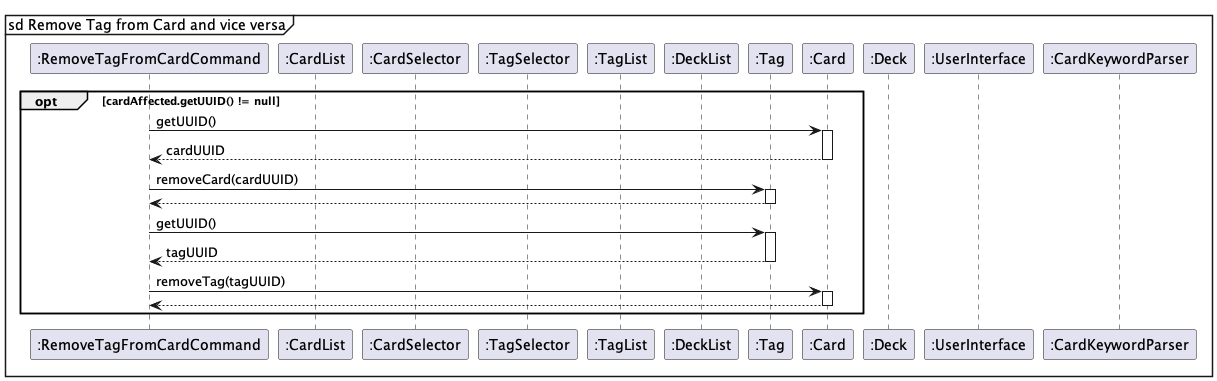
This is docs/img/RemoveTagFromCardRef.png from nus-cs2113-AY2223S2/tp, a PlantUML export, as it was before one commit. The source it was exported from:
```plantuml
@startuml
autoactivate on

mainframe sd Remove Tag from Card and vice versa

participant ":RemoveTagFromCardCommand" as RemoveTagFromCardCommand
participant ":TagList" as TagList
participant ":CardList" as CardList
participant ":CardSelector" as CardSelector
participant ":TagSelector" as TagSelector
participant ":TagList" as TagList
participant ":DeckList" as DeckList
participant ":Tag" as Tag
participant ":Card" as Card
participant ":Deck" as Deck
participant ":UserInterface" as UserInterface
participant ":CardKeywordParser" as CardKeywordParser

opt cardAffected.getUUID() != null
RemoveTagFromCardCommand -> Card : getUUID()
return cardUUID
RemoveTagFromCardCommand -> Tag : removeCard(cardUUID)
return
RemoveTagFromCardCommand -> Tag : getUUID()
return tagUUID
RemoveTagFromCardCommand -> Card : removeTag(tagUUID)
return

end
@enduml
```
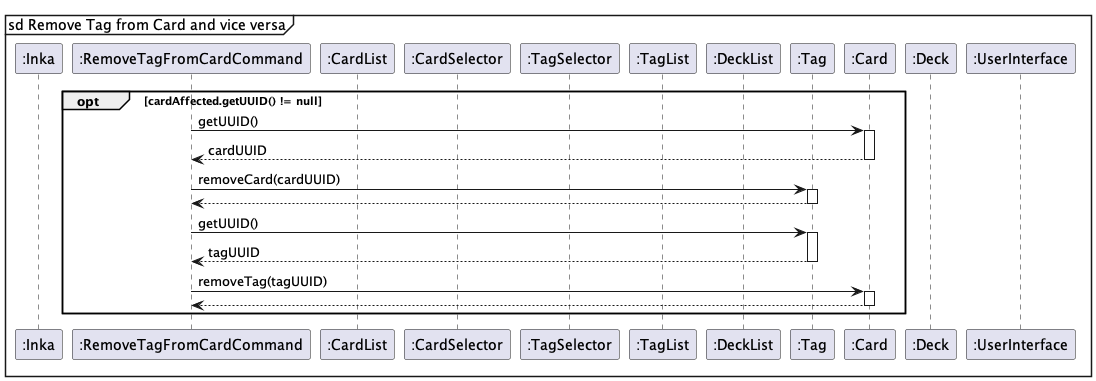
Later version of the same file.

What changed in the source:
```diff
@@ -3,6 +3,7 @@
 
 mainframe sd Remove Tag from Card and vice versa
 
+participant ":Inka" as  Inka
 participant ":RemoveTagFromCardCommand" as RemoveTagFromCardCommand
 participant ":TagList" as TagList
 participant ":CardList" as CardList
@@ -14,7 +15,7 @@
 participant ":Card" as Card
 participant ":Deck" as Deck
 participant ":UserInterface" as UserInterface
-participant ":CardKeywordParser" as CardKeywordParser
+
 
 opt cardAffected.getUUID() != null
 RemoveTagFromCardCommand -> Card : getUUID()
```
